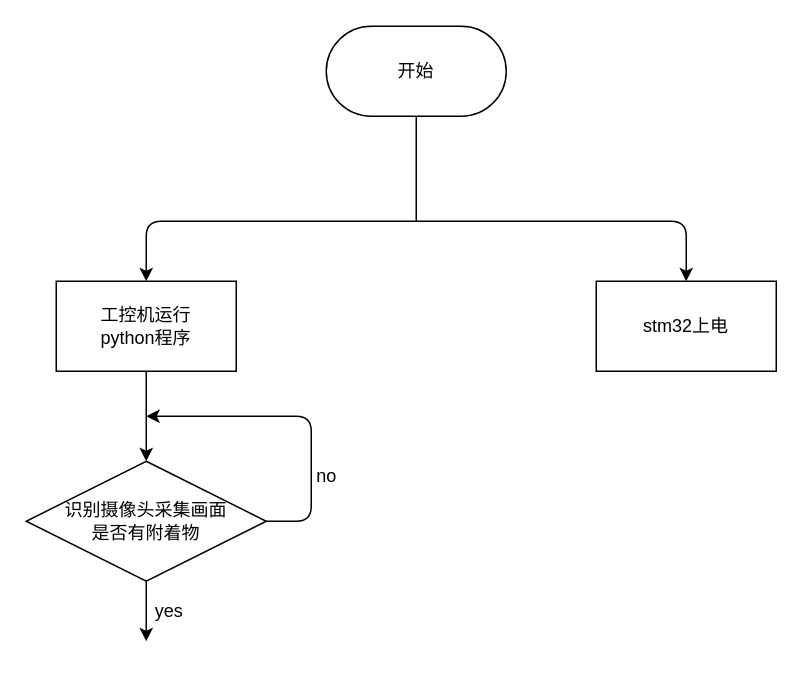
This is Untitled Diagram.drawio from RightTriangle/RightTriangle.github.io, a draw.io file, before an edit. Source tidied: cells renumbered, new cells numbered last; positions are measured from the earlier drawing's top-left corner, leaving out a move shared by most shapes. Both pictures are drawn from the tidied source at 150%, with x=0, y=0 at pixel (26, 26).
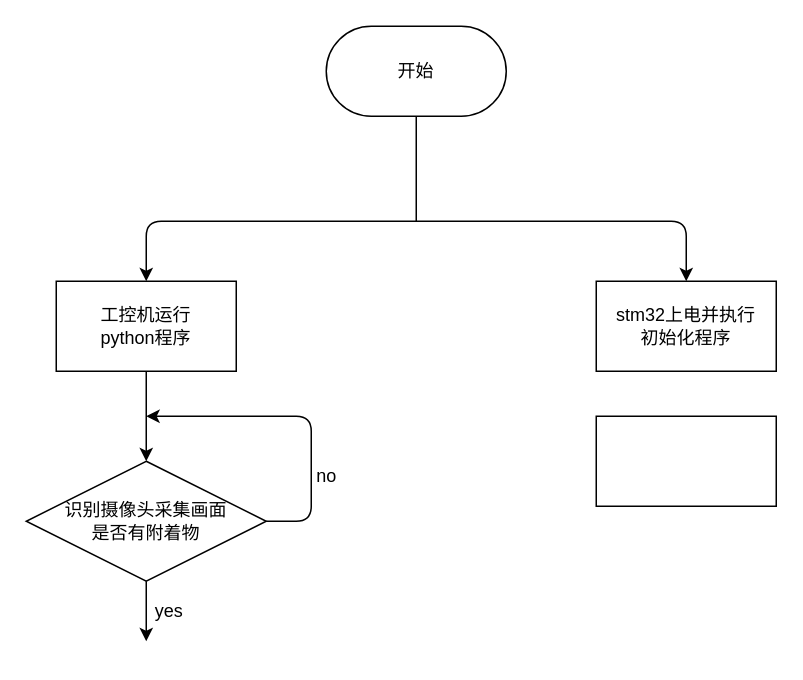
After the change.

Change to the diagram source:
```diff
@@
-    <mxCell id="3" value="stm32上电" style="rounded=0;whiteSpace=wrap;html=1;" parent="1" vertex="1">
+    <mxCell id="3" value="stm32上电并执行&lt;br&gt;初始化程序" style="rounded=0;whiteSpace=wrap;html=1;" parent="1" vertex="1">
       <mxGeometry x="380" y="170" width="120" height="60" as="geometry" />
     </mxCell>
@@
+    <mxCell id="13" style="rounded=0;whiteSpace=wrap;html=1;" parent="1" vertex="1">
+      <mxGeometry x="380" y="260" width="120" height="60" as="geometry" />
+    </mxCell>
```
